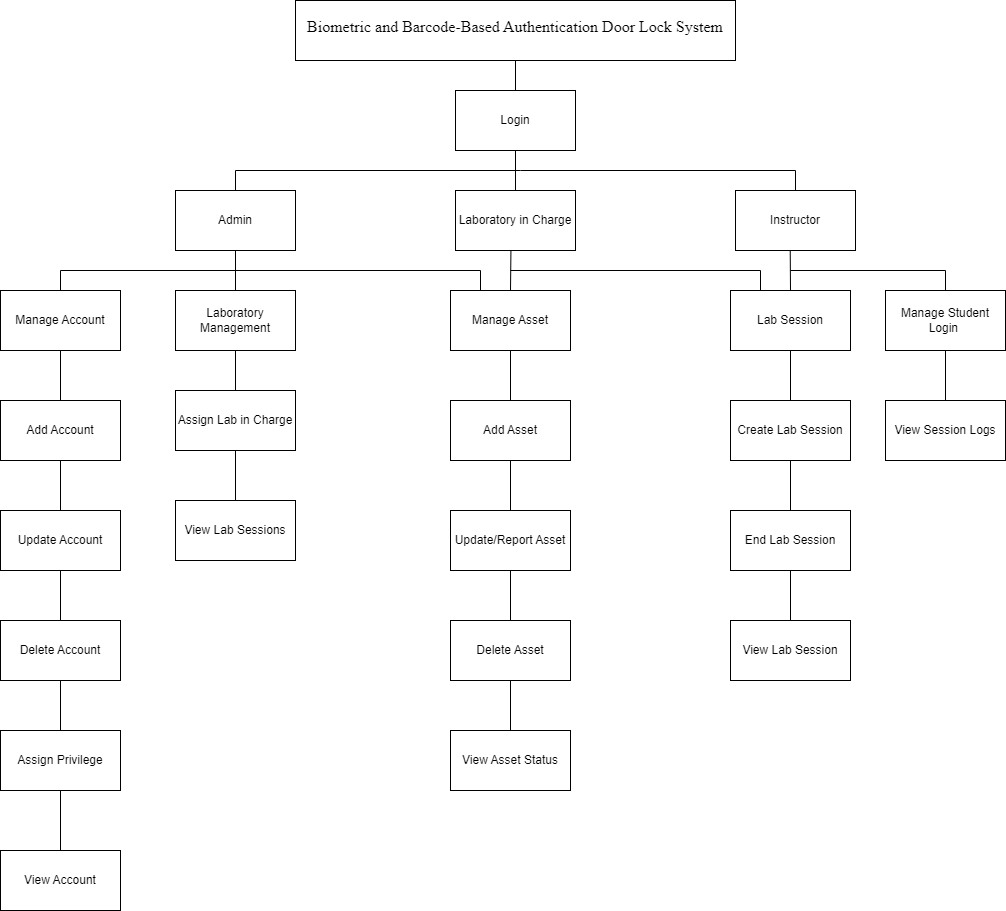
kaisunoo/Acads keeps this draw.io diagram as Functional Decomposition Diagram.drawio.png. Above is the earlier version. Source tidied: cells renumbered, new cells last; positions are measured from the earlier drawing's top-left corner, leaving out a move shared by most shapes.
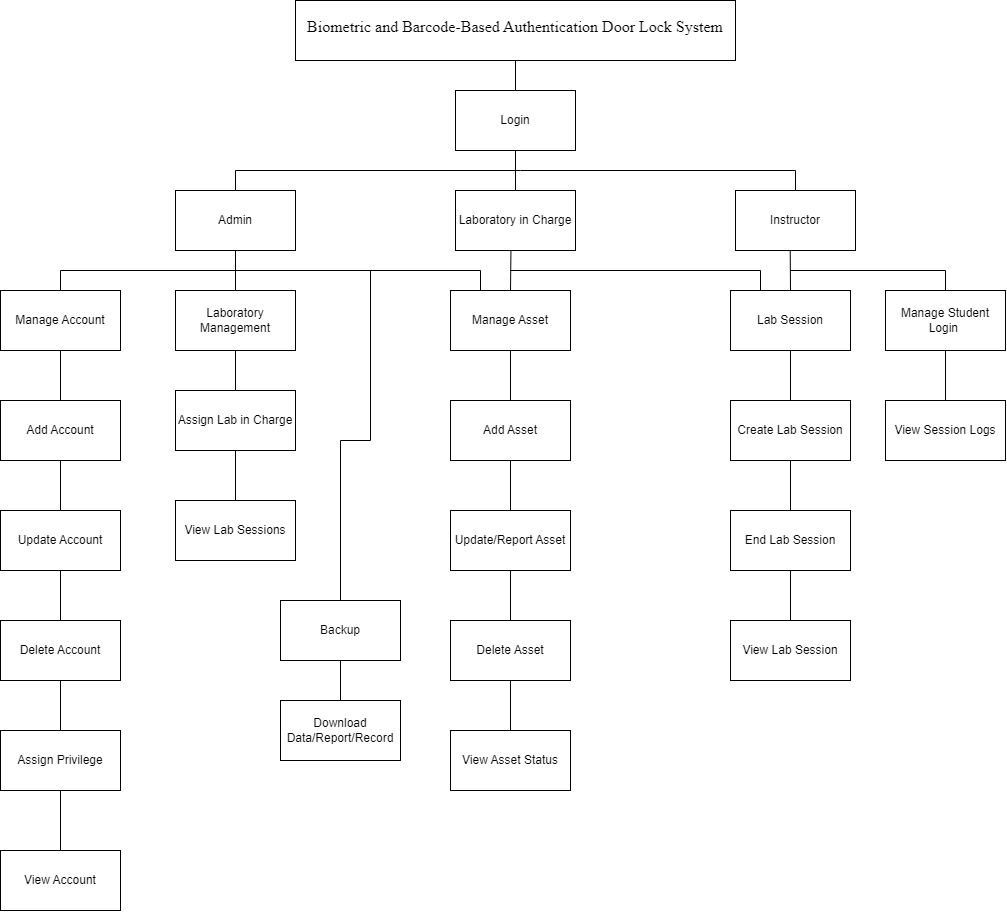
Above is the later version.

The edit, as a diff of the source:
```diff
@@ -188,5 +188,23 @@
         </Array>
       </mxGeometry>
     </mxCell>
+    <mxCell id="54" value="Backup" style="rounded=0;whiteSpace=wrap;html=1;" parent="1" vertex="1">
+      <mxGeometry x="280" y="600" width="120" height="60" as="geometry" />
+    </mxCell>
+    <mxCell id="55" value="Download Data/Report/Record" style="rounded=0;whiteSpace=wrap;html=1;" parent="1" vertex="1">
+      <mxGeometry x="280" y="700" width="120" height="60" as="geometry" />
+    </mxCell>
+    <mxCell id="56" style="endArrow=none;html=1;rounded=0;exitX=0.5;exitY=0;exitDx=0;exitDy=0;" parent="1" edge="1" source="54">
+      <mxGeometry relative="1" as="geometry">
+        <mxPoint x="370" y="270" as="targetPoint" />
+        <Array as="points">
+          <mxPoint x="340" y="440" />
+          <mxPoint x="370" y="440" />
+        </Array>
+      </mxGeometry>
+    </mxCell>
+    <mxCell id="57" style="endArrow=none;html=1;rounded=0;entryX=0.5;entryY=1;entryDx=0;entryDy=0;exitX=0.5;exitY=0;exitDx=0;exitDy=0;" parent="1" edge="1" source="55" target="54">
+      <mxGeometry relative="1" as="geometry" />
+    </mxCell>
   </root>
 </mxGraphModel>
```
